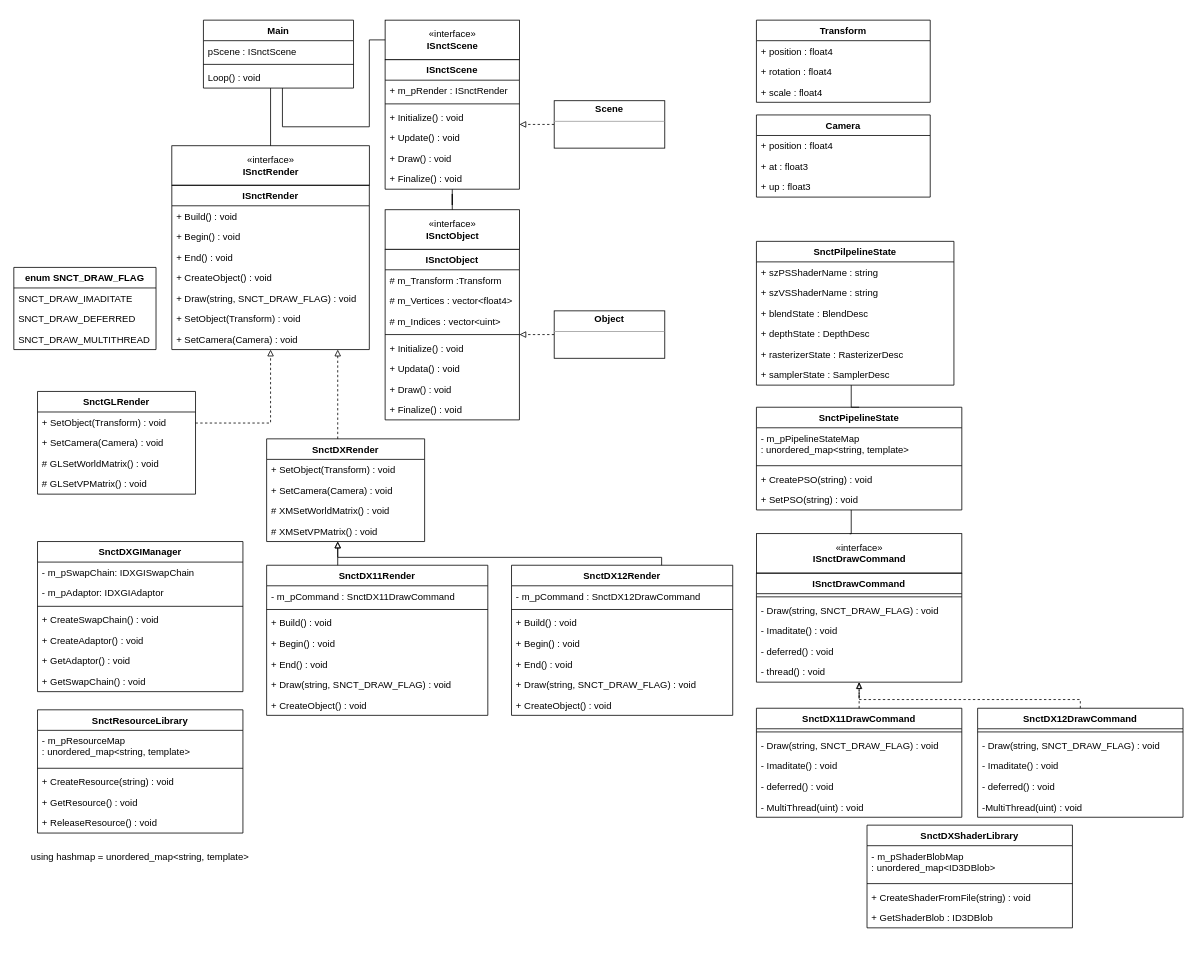
Earlier version of the draw.io diagram Untitled Diagram.drawio (Gucci8312/AbtractionLayer). Source tidied: cells renumbered, new cells numbered last; positions are measured from the earlier drawing's top-left corner, leaving out a move shared by most shapes. Both pictures are drawn from the tidied source at 79%, with x=0, y=0 at pixel (13, 20).
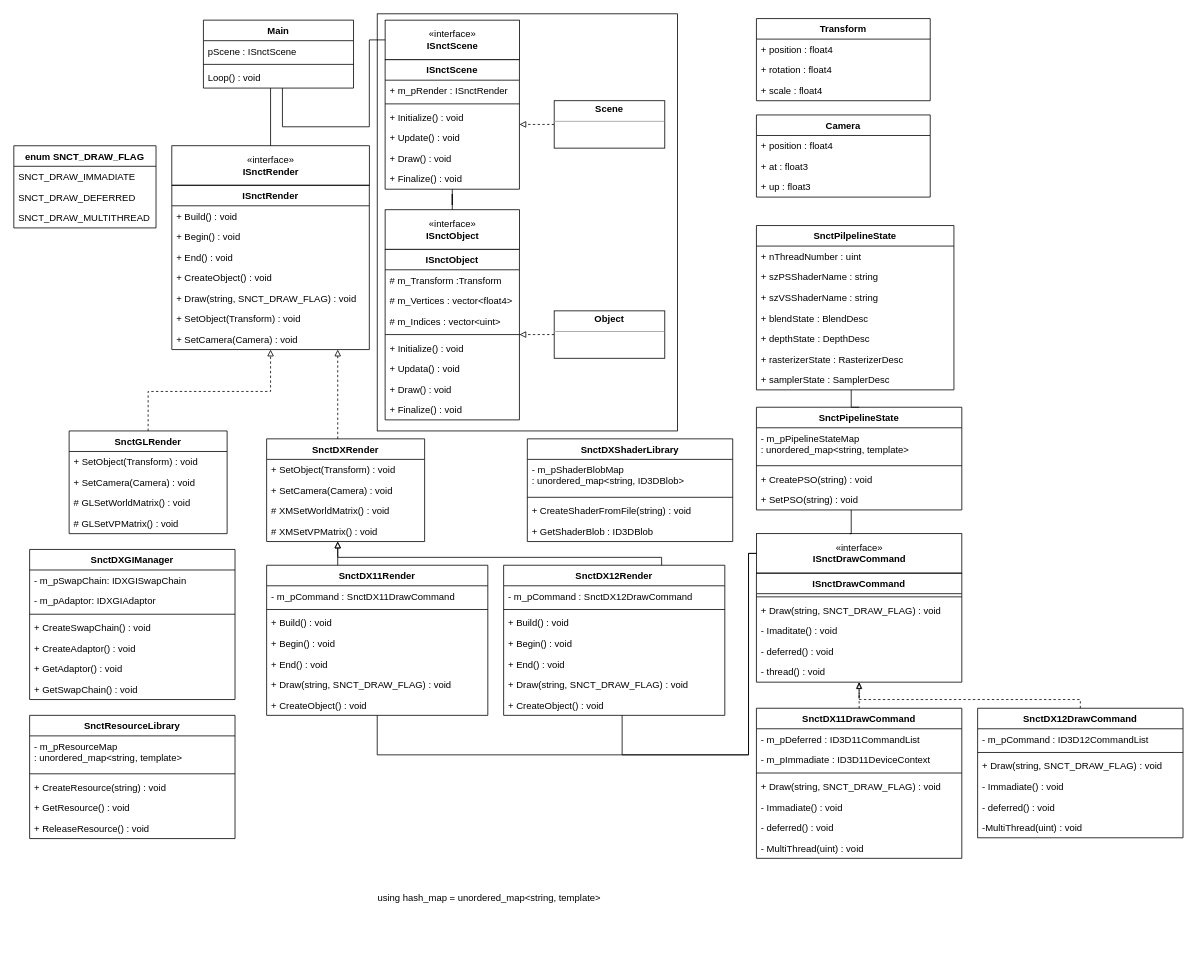
Above is the later version.

The change refers to these unchanged cells:
```xml
<mxCell id="4" value="ISnctRender" style="swimlane;fontStyle=1;horizontal=1;startSize=26;fillColor=none;" parent="2" vertex="1">
  <mxGeometry y="50" width="250" height="208" as="geometry" />
</mxCell>
<mxCell id="74" value="SnctDX11Render" style="swimlane;fontStyle=1;align=center;verticalAlign=top;horizontal=1;startSize=26;fontSize=12;fillColor=none;" parent="1" vertex="1">
  <mxGeometry x="320" y="690" width="280" height="190" as="geometry" />
</mxCell>
<mxCell id="119" value="ISnctDrawCommand" style="swimlane;fontStyle=1;align=center;verticalAlign=top;horizontal=1;startSize=26;fontSize=12;fillColor=none;" parent="118" vertex="1">
  <mxGeometry y="50" width="260" height="138" as="geometry" />
</mxCell>
<mxCell id="125" value="«interface»&lt;br&gt;&lt;span style=&quot;font-weight: 700&quot;&gt;ISnctDrawCommand&lt;/span&gt;" style="html=1;fontSize=12;fillColor=none;" parent="118" vertex="1">
  <mxGeometry width="260" height="50" as="geometry" />
</mxCell>
<mxCell id="127" style="group;" parent="1" vertex="1">
  <mxGeometry x="940" y="836" width="260" height="136" as="geometry" />
</mxCell>
<mxCell id="134" style="group;" parent="1" vertex="1">
  <mxGeometry x="1220" y="836" width="260" height="136" as="geometry" />
</mxCell>
```

Diff of the diagram source:
```diff
@@
+    <mxCell id="143" style="rounded=0;whiteSpace=wrap;html=1;fontSize=12;" parent="1" vertex="1">
+      <mxGeometry x="460" y="-8" width="380" height="528" as="geometry" />
+    </mxCell>
@@
     <mxCell id="37" value="Transform" style="swimlane;fontStyle=1;align=center;verticalAlign=top;horizontal=1;startSize=26;fontSize=12;fillColor=none;" parent="1" vertex="1">
-      <mxGeometry x="940" width="220" height="104" as="geometry" />
+      <mxGeometry x="940" y="-2" width="220" height="104" as="geometry" />
     </mxCell>
@@
     <mxCell id="46" value="SnctPilpelineState" style="swimlane;fontStyle=1;align=center;verticalAlign=top;horizontal=1;startSize=26;fontSize=12;fillColor=none;" parent="1" vertex="1">
-      <mxGeometry x="940" y="280" width="250" height="182" as="geometry" />
+      <mxGeometry x="940" y="260" width="250" height="208" as="geometry" />
     </mxCell>
+    <mxCell id="144" value="+ nThreadNumber : uint" style="text;strokeColor=none;fillColor=none;align=left;verticalAlign=top;spacingLeft=4;spacingRight=4;overflow=hidden;fontSize=12;" parent="46" vertex="1">
+      <mxGeometry y="26" width="250" height="26" as="geometry" />
+    </mxCell>
     <mxCell id="47" value="+ szPSShaderName : string" style="text;strokeColor=none;fillColor=none;align=left;verticalAlign=top;spacingLeft=4;spacingRight=4;overflow=hidden;fontSize=12;" parent="46" vertex="1">
-      <mxGeometry y="26" width="250" height="26" as="geometry" />
+      <mxGeometry y="52" width="250" height="26" as="geometry" />
     </mxCell>
     <mxCell id="48" value="+ szVSShaderName : string" style="text;strokeColor=none;fillColor=none;align=left;verticalAlign=top;spacingLeft=4;spacingRight=4;overflow=hidden;fontSize=12;" parent="46" vertex="1">
-      <mxGeometry y="52" width="250" height="26" as="geometry" />
+      <mxGeometry y="78" width="250" height="26" as="geometry" />
     </mxCell>
     <mxCell id="49" value="+ blendState : BlendDesc" style="text;strokeColor=none;fillColor=none;align=left;verticalAlign=top;spacingLeft=4;spacingRight=4;overflow=hidden;fontSize=12;" parent="46" vertex="1">
-      <mxGeometry y="78" width="250" height="26" as="geometry" />
+      <mxGeometry y="104" width="250" height="26" as="geometry" />
     </mxCell>
     <mxCell id="50" value="+ depthState : DepthDesc" style="text;strokeColor=none;fillColor=none;align=left;verticalAlign=top;spacingLeft=4;spacingRight=4;overflow=hidden;fontSize=12;" parent="46" vertex="1">
-      <mxGeometry y="104" width="250" height="26" as="geometry" />
+      <mxGeometry y="130" width="250" height="26" as="geometry" />
     </mxCell>
     <mxCell id="51" value="+ rasterizerState : RasterizerDesc" style="text;strokeColor=none;fillColor=none;align=left;verticalAlign=top;spacingLeft=4;spacingRight=4;overflow=hidden;fontSize=12;" parent="46" vertex="1">
-      <mxGeometry y="130" width="250" height="26" as="geometry" />
+      <mxGeometry y="156" width="250" height="26" as="geometry" />
     </mxCell>
     <mxCell id="52" value="+ samplerState : SamplerDesc" style="text;strokeColor=none;fillColor=none;align=left;verticalAlign=top;spacingLeft=4;spacingRight=4;overflow=hidden;fontSize=12;" parent="46" vertex="1">
-      <mxGeometry y="156" width="250" height="26" as="geometry" />
+      <mxGeometry y="182" width="250" height="26" as="geometry" />
     </mxCell>
@@
     <mxCell id="59" style="edgeStyle=orthogonalEdgeStyle;rounded=0;jettySize=auto;html=1;fontSize=12;endArrow=block;endFill=0;dashed=1;" parent="1" edge="1" source="60" target="4">
       <mxGeometry relative="1" as="geometry">
         <Array as="points">
-          <mxPoint x="325" y="510" />
+          <mxPoint x="170" y="470" />
+          <mxPoint x="325" y="470" />
         </Array>
       </mxGeometry>
     </mxCell>
     <mxCell id="60" value="SnctGLRender" style="swimlane;fontStyle=1;horizontal=1;startSize=26;fillColor=none;fontSize=12;" parent="1" vertex="1">
-      <mxGeometry x="30" y="470" width="200" height="130" as="geometry" />
+      <mxGeometry x="70" y="520" width="200" height="130" as="geometry" />
     </mxCell>
@@
     <mxCell id="65" value="SnctDXGIManager" style="swimlane;fontStyle=1;align=center;verticalAlign=top;horizontal=1;startSize=26;fontSize=12;fillColor=none;" parent="1" vertex="1">
-      <mxGeometry x="30" y="660" width="260" height="190" as="geometry" />
+      <mxGeometry x="20" y="670" width="260" height="190" as="geometry" />
     </mxCell>
@@
     <mxCell id="83" value="SnctDX12Render" style="swimlane;fontStyle=1;align=center;verticalAlign=top;horizontal=1;startSize=26;fontSize=12;fillColor=none;" parent="1" vertex="1">
-      <mxGeometry x="630" y="690" width="280" height="190" as="geometry" />
+      <mxGeometry x="620" y="690" width="280" height="190" as="geometry" />
     </mxCell>
@@
     <mxCell id="96" value="SnctDXShaderLibrary" style="swimlane;fontStyle=1;align=center;verticalAlign=top;horizontal=1;startSize=26;fontSize=12;fillColor=none;" parent="1" vertex="1">
-      <mxGeometry x="1080" y="1019" width="260" height="130" as="geometry" />
+      <mxGeometry x="650" y="530" width="260" height="130" as="geometry" />
     </mxCell>
-    <mxCell id="97" value="- m_pShaderBlobMap&#10;: unordered_map&lt;ID3DBlob&gt;" style="text;strokeColor=none;fillColor=none;align=left;verticalAlign=top;spacingLeft=4;spacingRight=4;overflow=hidden;fontSize=12;" parent="96" vertex="1">
+    <mxCell id="97" value="- m_pShaderBlobMap&#10;: unordered_map&lt;string, ID3DBlob&gt;" style="text;strokeColor=none;fillColor=none;align=left;verticalAlign=top;spacingLeft=4;spacingRight=4;overflow=hidden;fontSize=12;" parent="96" vertex="1">
       <mxGeometry y="26" width="260" height="44" as="geometry" />
     </mxCell>
@@
     <mxCell id="101" value="SnctResourceLibrary" style="swimlane;fontStyle=1;align=center;verticalAlign=top;horizontal=1;startSize=26;fontSize=12;fillColor=none;" parent="1" vertex="1">
-      <mxGeometry x="30" y="873" width="260" height="156" as="geometry" />
+      <mxGeometry x="20" y="880" width="260" height="156" as="geometry" />
     </mxCell>
@@
     <mxCell id="113" value="enum SNCT_DRAW_FLAG" style="swimlane;fontStyle=1;horizontal=1;startSize=26;fillColor=none;fontSize=12;" parent="1" vertex="1">
-      <mxGeometry y="313" width="180" height="104" as="geometry" />
+      <mxGeometry y="159" width="180" height="104" as="geometry" />
     </mxCell>
-    <mxCell id="114" value="SNCT_DRAW_IMADITATE" style="text;strokeColor=none;fillColor=none;align=left;verticalAlign=top;spacingLeft=4;spacingRight=4;overflow=hidden;fontSize=12;" parent="113" vertex="1">
+    <mxCell id="114" value="SNCT_DRAW_IMMADIATE" style="text;strokeColor=none;fillColor=none;align=left;verticalAlign=top;spacingLeft=4;spacingRight=4;overflow=hidden;fontSize=12;" parent="113" vertex="1">
       <mxGeometry y="26" width="180" height="26" as="geometry" />
     </mxCell>
@@
-    <mxCell id="121" value="- Draw(string, SNCT_DRAW_FLAG) : void" style="text;strokeColor=none;fillColor=none;align=left;verticalAlign=top;spacingLeft=4;spacingRight=4;overflow=hidden;fontSize=12;" parent="119" vertex="1">
+    <mxCell id="121" value="+ Draw(string, SNCT_DRAW_FLAG) : void" style="text;strokeColor=none;fillColor=none;align=left;verticalAlign=top;spacingLeft=4;spacingRight=4;overflow=hidden;fontSize=12;" parent="119" vertex="1">
       <mxGeometry y="34" width="260" height="26" as="geometry" />
     </mxCell>
@@
-    <mxCell id="126" value="using hashmap = unordered_map&amp;lt;string, template&amp;gt;" style="text;html=1;strokeColor=none;fillColor=none;align=center;verticalAlign=middle;whiteSpace=wrap;rounded=0;fontSize=12;" parent="1" vertex="1">
-      <mxGeometry x="10" y="1044" width="300" height="30" as="geometry" />
+    <mxCell id="126" value="using hash_map = unordered_map&amp;lt;string, template&amp;gt;" style="text;html=1;strokeColor=none;fillColor=none;align=center;verticalAlign=middle;whiteSpace=wrap;rounded=0;fontSize=12;" parent="1" vertex="1">
+      <mxGeometry x="364" y="1036" width="476" height="150" as="geometry" />
     </mxCell>
@@
     <mxCell id="128" value="SnctDX11DrawCommand" style="swimlane;fontStyle=1;align=center;verticalAlign=top;horizontal=1;startSize=26;fontSize=12;fillColor=none;" parent="127" vertex="1">
-      <mxGeometry y="35" width="260" height="138" as="geometry" />
+      <mxGeometry y="35" width="260" height="190" as="geometry" />
     </mxCell>
+    <mxCell id="145" value="- m_pDeferred : ID3D11CommandList " style="text;strokeColor=none;fillColor=none;align=left;verticalAlign=top;spacingLeft=4;spacingRight=4;overflow=hidden;fontSize=12;" parent="128" vertex="1">
+      <mxGeometry y="26" width="260" height="26" as="geometry" />
+    </mxCell>
+    <mxCell id="146" value="- m_pImmadiate : ID3D11DeviceContext" style="text;strokeColor=none;fillColor=none;align=left;verticalAlign=top;spacingLeft=4;spacingRight=4;overflow=hidden;fontSize=12;" parent="128" vertex="1">
+      <mxGeometry y="52" width="260" height="26" as="geometry" />
+    </mxCell>
     <mxCell id="129" style="line;strokeWidth=1;fillColor=none;align=left;verticalAlign=middle;spacingTop=-1;spacingLeft=3;spacingRight=3;labelPosition=right;fontSize=12;" parent="128" vertex="1">
-      <mxGeometry y="26" width="260" height="8" as="geometry" />
+      <mxGeometry y="78" width="260" height="8" as="geometry" />
     </mxCell>
-    <mxCell id="130" value="- Draw(string, SNCT_DRAW_FLAG) : void" style="text;strokeColor=none;fillColor=none;align=left;verticalAlign=top;spacingLeft=4;spacingRight=4;overflow=hidden;fontSize=12;" parent="128" vertex="1">
-      <mxGeometry y="34" width="260" height="26" as="geometry" />
+    <mxCell id="130" value="+ Draw(string, SNCT_DRAW_FLAG) : void" style="text;strokeColor=none;fillColor=none;align=left;verticalAlign=top;spacingLeft=4;spacingRight=4;overflow=hidden;fontSize=12;" parent="128" vertex="1">
+      <mxGeometry y="86" width="260" height="26" as="geometry" />
     </mxCell>
-    <mxCell id="131" value="- Imaditate() : void" style="text;strokeColor=none;fillColor=none;align=left;verticalAlign=top;spacingLeft=4;spacingRight=4;overflow=hidden;fontSize=12;" parent="128" vertex="1">
-      <mxGeometry y="60" width="260" height="26" as="geometry" />
+    <mxCell id="131" value="- Immadiate() : void" style="text;strokeColor=none;fillColor=none;align=left;verticalAlign=top;spacingLeft=4;spacingRight=4;overflow=hidden;fontSize=12;" parent="128" vertex="1">
+      <mxGeometry y="112" width="260" height="26" as="geometry" />
     </mxCell>
     <mxCell id="132" value="- deferred() : void" style="text;strokeColor=none;fillColor=none;align=left;verticalAlign=top;spacingLeft=4;spacingRight=4;overflow=hidden;fontSize=12;" parent="128" vertex="1">
-      <mxGeometry y="86" width="260" height="26" as="geometry" />
+      <mxGeometry y="138" width="260" height="26" as="geometry" />
     </mxCell>
     <mxCell id="133" value="- MultiThread(uint) : void" style="text;strokeColor=none;fillColor=none;align=left;verticalAlign=top;spacingLeft=4;spacingRight=4;overflow=hidden;fontSize=12;" parent="128" vertex="1">
-      <mxGeometry y="112" width="260" height="26" as="geometry" />
+      <mxGeometry y="164" width="260" height="26" as="geometry" />
     </mxCell>
@@
     <mxCell id="135" value="SnctDX12DrawCommand" style="swimlane;fontStyle=1;align=center;verticalAlign=top;horizontal=1;startSize=26;fontSize=12;fillColor=none;" parent="134" vertex="1">
-      <mxGeometry y="35" width="260" height="138" as="geometry" />
+      <mxGeometry y="35" width="260" height="164" as="geometry" />
     </mxCell>
+    <mxCell id="147" value="- m_pCommand : ID3D12CommandList " style="text;strokeColor=none;fillColor=none;align=left;verticalAlign=top;spacingLeft=4;spacingRight=4;overflow=hidden;fontSize=12;" parent="135" vertex="1">
+      <mxGeometry y="26" width="260" height="26" as="geometry" />
+    </mxCell>
     <mxCell id="136" style="line;strokeWidth=1;fillColor=none;align=left;verticalAlign=middle;spacingTop=-1;spacingLeft=3;spacingRight=3;labelPosition=right;fontSize=12;" parent="135" vertex="1">
-      <mxGeometry y="26" width="260" height="8" as="geometry" />
+      <mxGeometry y="52" width="260" height="8" as="geometry" />
     </mxCell>
-    <mxCell id="137" value="- Draw(string, SNCT_DRAW_FLAG) : void" style="text;strokeColor=none;fillColor=none;align=left;verticalAlign=top;spacingLeft=4;spacingRight=4;overflow=hidden;fontSize=12;" parent="135" vertex="1">
-      <mxGeometry y="34" width="260" height="26" as="geometry" />
+    <mxCell id="137" value="+ Draw(string, SNCT_DRAW_FLAG) : void" style="text;strokeColor=none;fillColor=none;align=left;verticalAlign=top;spacingLeft=4;spacingRight=4;overflow=hidden;fontSize=12;" parent="135" vertex="1">
+      <mxGeometry y="60" width="260" height="26" as="geometry" />
     </mxCell>
-    <mxCell id="138" value="- Imaditate() : void" style="text;strokeColor=none;fillColor=none;align=left;verticalAlign=top;spacingLeft=4;spacingRight=4;overflow=hidden;fontSize=12;" parent="135" vertex="1">
-      <mxGeometry y="60" width="260" height="26" as="geometry" />
+    <mxCell id="138" value="- Immadiate() : void" style="text;strokeColor=none;fillColor=none;align=left;verticalAlign=top;spacingLeft=4;spacingRight=4;overflow=hidden;fontSize=12;" parent="135" vertex="1">
+      <mxGeometry y="86" width="260" height="26" as="geometry" />
     </mxCell>
     <mxCell id="139" value="- deferred() : void" style="text;strokeColor=none;fillColor=none;align=left;verticalAlign=top;spacingLeft=4;spacingRight=4;overflow=hidden;fontSize=12;" parent="135" vertex="1">
-      <mxGeometry y="86" width="260" height="26" as="geometry" />
+      <mxGeometry y="112" width="260" height="26" as="geometry" />
     </mxCell>
     <mxCell id="140" value="-MultiThread(uint) : void" style="text;strokeColor=none;fillColor=none;align=left;verticalAlign=top;spacingLeft=4;spacingRight=4;overflow=hidden;fontSize=12;" parent="135" vertex="1">
-      <mxGeometry y="112" width="260" height="26" as="geometry" />
+      <mxGeometry y="138" width="260" height="26" as="geometry" />
     </mxCell>
@@
+    <mxCell id="148" style="edgeStyle=orthogonalEdgeStyle;rounded=0;jettySize=auto;html=1;fontSize=12;endArrow=none;endFill=0;" parent="1" edge="1" source="125" target="83">
+      <mxGeometry relative="1" as="geometry">
+        <Array as="points">
+          <mxPoint x="930" y="675" />
+          <mxPoint x="930" y="930" />
+          <mxPoint x="770" y="930" />
+        </Array>
+      </mxGeometry>
+    </mxCell>
+    <mxCell id="149" style="edgeStyle=orthogonalEdgeStyle;rounded=0;jettySize=auto;html=1;fontSize=12;endArrow=none;endFill=0;" parent="1" edge="1" source="125" target="74">
+      <mxGeometry relative="1" as="geometry">
+        <Array as="points">
+          <mxPoint x="930" y="675" />
+          <mxPoint x="930" y="930" />
+          <mxPoint x="460" y="930" />
+        </Array>
+      </mxGeometry>
+    </mxCell>
```
